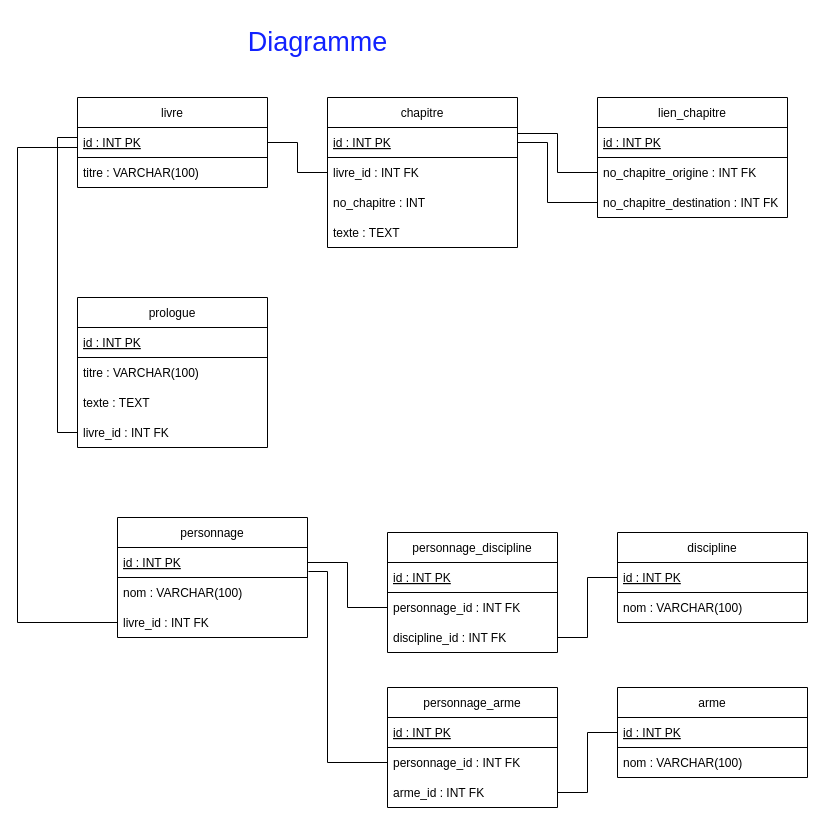
Above: Diagramme de classe du TP.drawio in 2132555-guyollotclement/clementguyollot_francispayan_projet (draw.io), before the change. Source tidied: cells renumbered, new cells numbered last; positions are measured from the earlier drawing's top-left corner, leaving out a move shared by most shapes. Both pictures are drawn from the tidied source at 100%, with x=0, y=0 at pixel (17, 17).
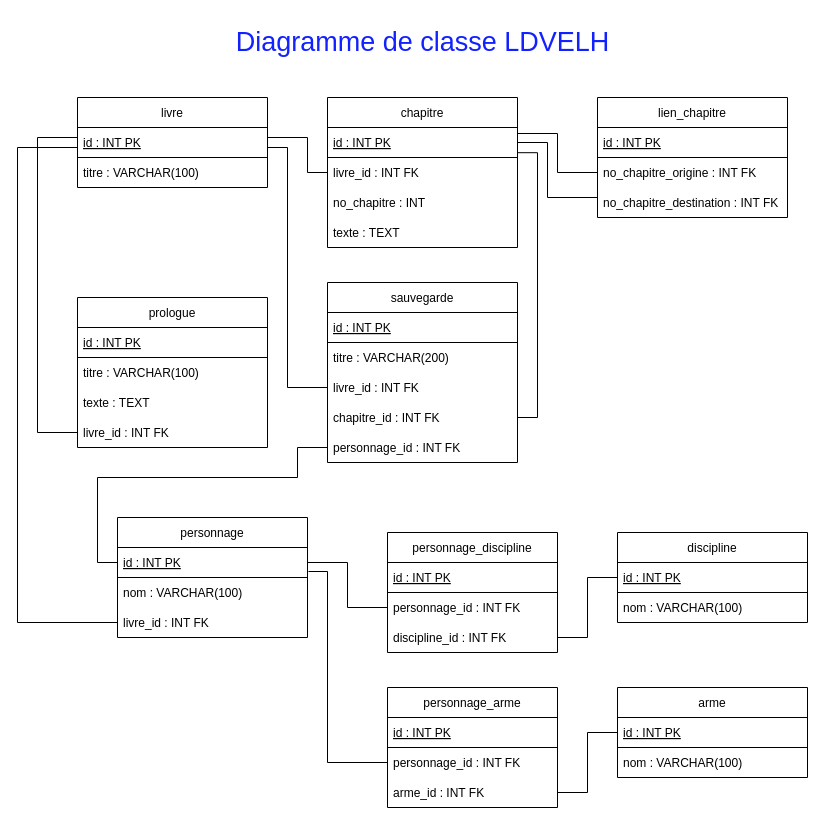
After the change.

Commit message (it also covers changes not shown here):
Ajout de la fonction de sauvegarde et suppression de sauvegarde

Unchanged cells that the change refers to:
```xml
<mxCell id="3" value="id : INT PK" style="text;strokeColor=default;fillColor=none;align=left;verticalAlign=middle;spacingLeft=4;spacingRight=4;overflow=hidden;points=[[0,0.5],[1,0.5]];portConstraint=eastwest;fontStyle=4;" parent="2" vertex="1">
  <mxGeometry y="30" width="190" height="30" as="geometry" />
</mxCell>
<mxCell id="6" value="id : INT PK" style="text;strokeColor=default;fillColor=none;align=left;verticalAlign=middle;spacingLeft=4;spacingRight=4;overflow=hidden;points=[[0,0.5],[1,0.5]];portConstraint=eastwest;fontStyle=4;" parent="5" vertex="1">
  <mxGeometry y="30" width="190" height="30" as="geometry" />
</mxCell>
<mxCell id="7" value="livre_id : INT FK" style="text;strokeColor=none;fillColor=none;align=left;verticalAlign=middle;spacingLeft=4;spacingRight=4;overflow=hidden;points=[[0,0.5],[1,0.5]];portConstraint=eastwest;" parent="5" vertex="1">
  <mxGeometry y="60" width="190" height="30" as="geometry" />
</mxCell>
<mxCell id="25" value="no_chapitre_destination : INT FK" style="text;strokeColor=none;fillColor=none;align=left;verticalAlign=middle;spacingLeft=4;spacingRight=4;overflow=hidden;points=[[0,0.5],[1,0.5]];portConstraint=eastwest;" parent="22" vertex="1">
  <mxGeometry y="90" width="190" height="30" as="geometry" />
</mxCell>
<mxCell id="30" value="livre_id : INT FK" style="text;strokeColor=none;fillColor=none;align=left;verticalAlign=middle;spacingLeft=4;spacingRight=4;overflow=hidden;points=[[0,0.5],[1,0.5]];portConstraint=eastwest;" parent="26" vertex="1">
  <mxGeometry y="120" width="190" height="30" as="geometry" />
</mxCell>
<mxCell id="35" value="id : INT PK" style="text;strokeColor=default;fillColor=none;align=left;verticalAlign=middle;spacingLeft=4;spacingRight=4;overflow=hidden;points=[[0,0.5],[1,0.5]];portConstraint=eastwest;fontStyle=4;" parent="34" vertex="1">
  <mxGeometry y="30" width="190" height="30" as="geometry" />
</mxCell>
```

The edit, as a diff of the source:
```diff
@@
-    <mxCell id="20" value="&lt;font color=&quot;#1222ff&quot; style=&quot;font-size: 27px;&quot;&gt;Diagramme&lt;/font&gt;" style="text;html=1;align=center;verticalAlign=middle;strokeColor=none;fillColor=none;" parent="1" vertex="1">
-      <mxGeometry x="220" width="160" height="50" as="geometry" />
+    <mxCell id="20" value="&lt;font color=&quot;#1222ff&quot; style=&quot;font-size: 27px;&quot;&gt;Diagramme de classe LDVELH&lt;/font&gt;" style="text;html=1;align=center;verticalAlign=middle;strokeColor=none;fillColor=none;" parent="1" vertex="1">
+      <mxGeometry x="205" width="400" height="50" as="geometry" />
     </mxCell>
@@
     <mxCell id="31" style="edgeStyle=orthogonalEdgeStyle;rounded=0;jettySize=auto;html=1;entryX=1;entryY=0.5;entryDx=0;entryDy=0;endArrow=none;endFill=0;" parent="1" edge="1" source="25" target="6">
       <mxGeometry relative="1" as="geometry">
         <Array as="points">
-          <mxPoint x="530" y="185" />
+          <mxPoint x="530" y="180" />
           <mxPoint x="530" y="125" />
         </Array>
       </mxGeometry>
     </mxCell>
     <mxCell id="32" style="edgeStyle=orthogonalEdgeStyle;rounded=0;jettySize=auto;html=1;entryX=1;entryY=0.5;entryDx=0;entryDy=0;endArrow=none;endFill=0;" parent="1" edge="1" source="7" target="3">
-      <mxGeometry relative="1" as="geometry" />
+      <mxGeometry relative="1" as="geometry">
+        <Array as="points">
+          <mxPoint x="290" y="155" />
+          <mxPoint x="290" y="120" />
+          <mxPoint x="250" y="120" />
+        </Array>
+      </mxGeometry>
     </mxCell>
     <mxCell id="33" style="edgeStyle=orthogonalEdgeStyle;rounded=0;jettySize=auto;html=1;entryX=0;entryY=0.5;entryDx=0;entryDy=0;endArrow=none;endFill=0;" parent="1" edge="1" source="30" target="3">
       <mxGeometry relative="1" as="geometry">
         <Array as="points">
-          <mxPoint x="40" y="415" />
-          <mxPoint x="40" y="120" />
+          <mxPoint x="20" y="415" />
+          <mxPoint x="20" y="120" />
           <mxPoint x="60" y="120" />
         </Array>
       </mxGeometry>
     </mxCell>
@@
+    <mxCell id="47" style="edgeStyle=orthogonalEdgeStyle;rounded=0;jettySize=auto;html=1;entryX=1;entryY=0.84;entryDx=0;entryDy=0;entryPerimeter=0;endArrow=none;endFill=0;" parent="1" edge="1" source="48" target="3">
+      <mxGeometry relative="1" as="geometry">
+        <Array as="points">
+          <mxPoint x="270" y="370" />
+          <mxPoint x="270" y="130" />
+          <mxPoint x="250" y="130" />
+        </Array>
+      </mxGeometry>
+    </mxCell>
+    <mxCell id="48" value="sauvegarde" style="swimlane;fontStyle=0;horizontal=1;startSize=30;" parent="1" vertex="1">
+      <mxGeometry x="310" y="265" width="190" height="180" as="geometry" />
+    </mxCell>
+    <mxCell id="49" value="id : INT PK" style="text;strokeColor=default;fillColor=none;align=left;verticalAlign=middle;spacingLeft=4;spacingRight=4;overflow=hidden;fontStyle=4;" parent="48" vertex="1">
+      <mxGeometry y="30" width="190" height="30" as="geometry" />
+    </mxCell>
+    <mxCell id="50" value="titre : VARCHAR(200)" style="text;strokeColor=none;fillColor=none;align=left;verticalAlign=middle;spacingLeft=4;spacingRight=4;overflow=hidden;" parent="48" vertex="1">
+      <mxGeometry y="60" width="190" height="30" as="geometry" />
+    </mxCell>
+    <mxCell id="51" value="livre_id : INT FK" style="text;strokeColor=none;fillColor=none;align=left;verticalAlign=middle;spacingLeft=4;spacingRight=4;overflow=hidden;" parent="48" vertex="1">
+      <mxGeometry y="90" width="190" height="30" as="geometry" />
+    </mxCell>
+    <mxCell id="52" value="chapitre_id : INT FK" style="text;strokeColor=none;fillColor=none;align=left;verticalAlign=middle;spacingLeft=4;spacingRight=4;overflow=hidden;points=[[0,0.5],[1,0.5]];portConstraint=eastwest;" parent="48" vertex="1">
+      <mxGeometry y="120" width="190" height="30" as="geometry" />
+    </mxCell>
+    <mxCell id="53" value="personnage_id : INT FK" style="text;strokeColor=none;fillColor=none;align=left;verticalAlign=middle;spacingLeft=4;spacingRight=4;overflow=hidden;points=[[0,0.5],[1,0.5]];portConstraint=eastwest;" parent="48" vertex="1">
+      <mxGeometry y="150" width="190" height="30" as="geometry" />
+    </mxCell>
+    <mxCell id="54" style="edgeStyle=orthogonalEdgeStyle;rounded=0;jettySize=auto;html=1;endArrow=none;endFill=0;entryX=0.998;entryY=0.84;entryDx=0;entryDy=0;entryPerimeter=0;" parent="1" edge="1" source="52" target="6">
+      <mxGeometry relative="1" as="geometry">
+        <Array as="points">
+          <mxPoint x="520" y="400" />
+          <mxPoint x="520" y="135" />
+        </Array>
+      </mxGeometry>
+    </mxCell>
+    <mxCell id="55" style="edgeStyle=orthogonalEdgeStyle;rounded=0;jettySize=auto;html=1;entryX=0;entryY=0.5;entryDx=0;entryDy=0;endArrow=none;endFill=0;" parent="1" edge="1" source="53" target="35">
+      <mxGeometry relative="1" as="geometry">
+        <Array as="points">
+          <mxPoint x="280" y="430" />
+          <mxPoint x="280" y="460" />
+          <mxPoint x="80" y="460" />
+          <mxPoint x="80" y="545" />
+        </Array>
+      </mxGeometry>
+    </mxCell>
```
